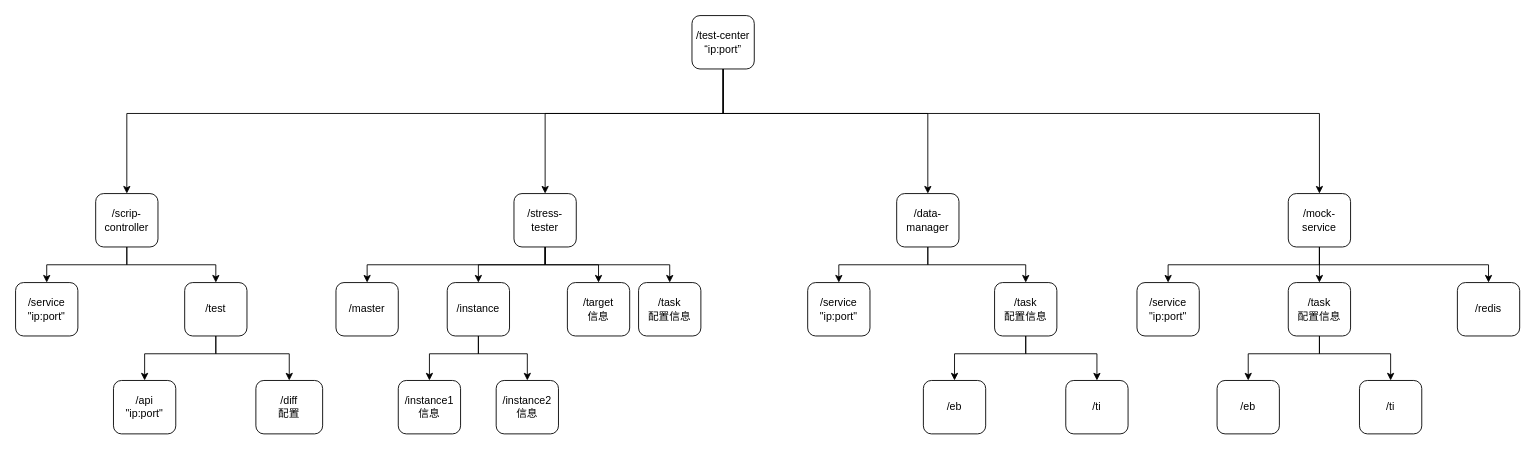
This is config.drawio from Damon259/damon.song, a draw.io file, before an edit. Source tidied: cells renumbered, new cells numbered last; positions are measured from the earlier drawing's top-left corner, leaving out a move shared by most shapes. Both pictures are drawn from the tidied source at 89%, with x=0, y=0 at pixel (15, 15).
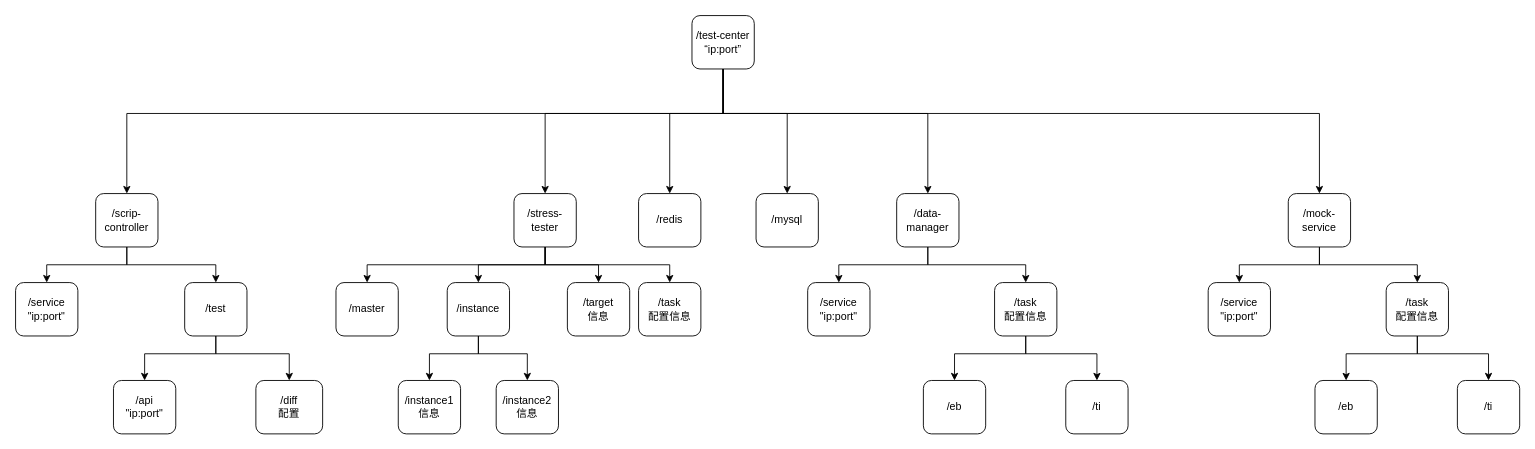
The same diagram, later.

The change refers to these unchanged cells:
```xml
<mxCell id="6" value="/test-center&lt;br&gt;“ip:port”" style="rounded=1;whiteSpace=wrap;html=1;" parent="1" vertex="1">
  <mxGeometry x="760" width="70" height="60" as="geometry" />
</mxCell>
<mxCell id="21" value="/mock-service" style="rounded=1;whiteSpace=wrap;html=1;" parent="1" vertex="1">
  <mxGeometry x="1430" y="200" width="70" height="60" as="geometry" />
</mxCell>
```

Diff of the diagram source:
```diff
@@
+    <mxCell id="49" style="edgeStyle=orthogonalEdgeStyle;rounded=0;jettySize=auto;html=1;" parent="1" edge="1" source="6" target="48">
+      <mxGeometry relative="1" as="geometry">
+        <Array as="points">
+          <mxPoint x="795" y="110" />
+        </Array>
+      </mxGeometry>
+    </mxCell>
+    <mxCell id="50" style="edgeStyle=orthogonalEdgeStyle;rounded=0;jettySize=auto;html=1;" parent="1" edge="1" source="6" target="51">
+      <mxGeometry relative="1" as="geometry">
+        <Array as="points">
+          <mxPoint x="795" y="110" />
+          <mxPoint x="867" y="110" />
+        </Array>
+      </mxGeometry>
+    </mxCell>
@@
-    <mxCell id="18" style="edgeStyle=orthogonalEdgeStyle;rounded=0;jettySize=auto;html=1;entryX=0.5;entryY=0;entryDx=0;entryDy=0;" parent="1" edge="1" source="21" target="48">
-      <mxGeometry relative="1" as="geometry">
-        <Array as="points">
-          <mxPoint x="1465" y="280" />
-          <mxPoint x="1655" y="280" />
-        </Array>
-      </mxGeometry>
-    </mxCell>
     <mxCell id="19" style="edgeStyle=orthogonalEdgeStyle;rounded=0;jettySize=auto;html=1;entryX=0.5;entryY=0;entryDx=0;entryDy=0;" parent="1" edge="1" source="21" target="47">
-      <mxGeometry relative="1" as="geometry" />
+      <mxGeometry relative="1" as="geometry">
+        <Array as="points">
+          <mxPoint x="1465" y="280" />
+          <mxPoint x="1575" y="280" />
+        </Array>
+      </mxGeometry>
     </mxCell>
     <mxCell id="20" style="edgeStyle=orthogonalEdgeStyle;rounded=0;jettySize=auto;html=1;" parent="1" edge="1" source="21" target="39">
       <mxGeometry relative="1" as="geometry">
         <Array as="points">
           <mxPoint x="1465" y="280" />
-          <mxPoint x="1295" y="280" />
+          <mxPoint x="1375" y="280" />
         </Array>
       </mxGeometry>
     </mxCell>
@@
     <mxCell id="39" value="/service&lt;br&gt;&quot;ip:port&quot;" style="rounded=1;whiteSpace=wrap;html=1;" parent="1" vertex="1">
-      <mxGeometry x="1260" y="300" width="70" height="60" as="geometry" />
+      <mxGeometry x="1340" y="300" width="70" height="60" as="geometry" />
     </mxCell>
@@
     <mxCell id="43" value="/eb" style="rounded=1;whiteSpace=wrap;html=1;" parent="1" vertex="1">
-      <mxGeometry x="1350" y="410" width="70" height="60" as="geometry" />
+      <mxGeometry x="1460" y="410" width="70" height="60" as="geometry" />
     </mxCell>
     <mxCell id="44" value="/ti" style="rounded=1;whiteSpace=wrap;html=1;" parent="1" vertex="1">
-      <mxGeometry x="1510" y="410" width="70" height="60" as="geometry" />
+      <mxGeometry x="1620" y="410" width="70" height="60" as="geometry" />
     </mxCell>
     <mxCell id="45" style="edgeStyle=orthogonalEdgeStyle;rounded=0;jettySize=auto;html=1;entryX=0.5;entryY=0;entryDx=0;entryDy=0;" parent="1" edge="1" source="47" target="43">
       <mxGeometry relative="1" as="geometry">
         <Array as="points">
-          <mxPoint x="1465" y="380" />
-          <mxPoint x="1385" y="380" />
+          <mxPoint x="1575" y="380" />
+          <mxPoint x="1495" y="380" />
         </Array>
       </mxGeometry>
     </mxCell>
     <mxCell id="46" style="edgeStyle=orthogonalEdgeStyle;rounded=0;jettySize=auto;html=1;entryX=0.5;entryY=0;entryDx=0;entryDy=0;" parent="1" edge="1" source="47" target="44">
       <mxGeometry relative="1" as="geometry">
         <Array as="points">
-          <mxPoint x="1465" y="380" />
-          <mxPoint x="1545" y="380" />
+          <mxPoint x="1575" y="380" />
+          <mxPoint x="1655" y="380" />
         </Array>
       </mxGeometry>
     </mxCell>
     <mxCell id="47" value="/task&lt;br&gt;配置信息" style="rounded=1;whiteSpace=wrap;html=1;" parent="1" vertex="1">
-      <mxGeometry x="1430" y="300" width="70" height="60" as="geometry" />
+      <mxGeometry x="1540" y="300" width="70" height="60" as="geometry" />
     </mxCell>
     <mxCell id="48" value="/redis" style="rounded=1;whiteSpace=wrap;html=1;" parent="1" vertex="1">
-      <mxGeometry x="1620" y="300" width="70" height="60" as="geometry" />
+      <mxGeometry x="700" y="200" width="70" height="60" as="geometry" />
     </mxCell>
+    <mxCell id="51" value="/mysql" style="rounded=1;whiteSpace=wrap;html=1;" parent="1" vertex="1">
+      <mxGeometry x="832" y="200" width="70" height="60" as="geometry" />
+    </mxCell>
```
